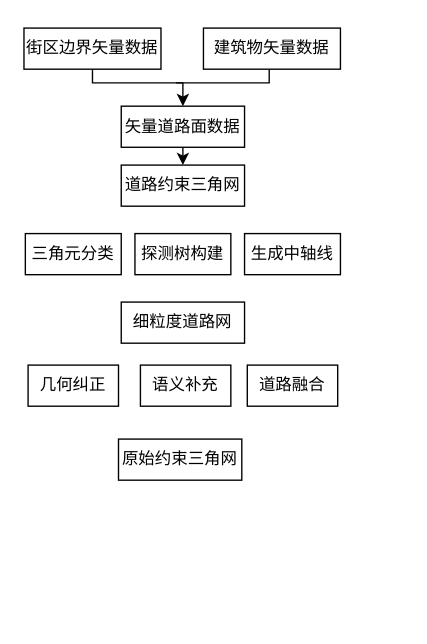
The draw.io diagram page "Page-1" (1 of 2) of Untitled Diagram.drawio in glancccc/CS-Books, before the edit. Source tidied: cells renumbered, new cells numbered last; positions are measured from the earlier drawing's top-left corner, leaving out a move shared by most shapes. Both pictures are drawn from the tidied source at 137%, with x=0, y=0 at pixel (23, 27).
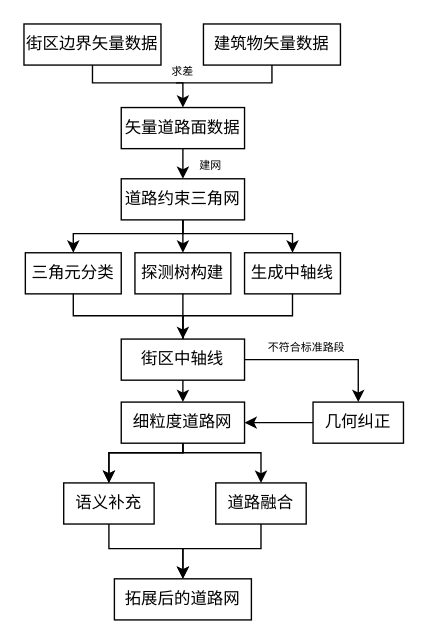
After the change.

Change to the diagram source:
```diff
@@
     <mxCell id="2" value="街区边界矢量数据" style="rounded=0;whiteSpace=wrap;html=1;fontSize=12;glass=0;strokeWidth=1;shadow=0;" parent="1" vertex="1">
-      <mxGeometry width="100" height="30" as="geometry" />
+      <mxGeometry y="-3" width="100" height="30" as="geometry" />
     </mxCell>
     <mxCell id="3" value="矢量道路面数据" style="rounded=0;whiteSpace=wrap;html=1;fontSize=12;glass=0;strokeWidth=1;shadow=0;" parent="1" vertex="1">
-      <mxGeometry x="71" y="57" width="90" height="30" as="geometry" />
+      <mxGeometry x="71" y="58" width="90" height="30" as="geometry" />
     </mxCell>
     <mxCell id="4" value="道路约束三角网" style="rounded=0;whiteSpace=wrap;html=1;fontSize=12;glass=0;strokeWidth=1;shadow=0;" parent="1" vertex="1">
-      <mxGeometry x="71" y="100" width="90" height="30" as="geometry" />
+      <mxGeometry x="71" y="110" width="90" height="30" as="geometry" />
     </mxCell>
     <mxCell id="5" value="三角元分类" style="rounded=0;whiteSpace=wrap;html=1;fontSize=12;glass=0;strokeWidth=1;shadow=0;" parent="1" vertex="1">
-      <mxGeometry x="1" y="150" width="70" height="30" as="geometry" />
+      <mxGeometry x="1" y="164" width="70" height="30" as="geometry" />
     </mxCell>
     <mxCell id="6" value="探测树构建" style="rounded=0;whiteSpace=wrap;html=1;fontSize=12;glass=0;strokeWidth=1;shadow=0;" parent="1" vertex="1">
-      <mxGeometry x="81" y="150" width="70" height="30" as="geometry" />
+      <mxGeometry x="81" y="164" width="70" height="30" as="geometry" />
     </mxCell>
     <mxCell id="7" value="生成中轴线" style="rounded=0;whiteSpace=wrap;html=1;fontSize=12;glass=0;strokeWidth=1;shadow=0;" parent="1" vertex="1">
-      <mxGeometry x="161" y="150" width="70" height="30" as="geometry" />
+      <mxGeometry x="161" y="164" width="70" height="30" as="geometry" />
     </mxCell>
     <mxCell id="8" value="细粒度道路网" style="rounded=0;whiteSpace=wrap;html=1;fontSize=12;glass=0;strokeWidth=1;shadow=0;" parent="1" vertex="1">
-      <mxGeometry x="71" y="200" width="90" height="30" as="geometry" />
+      <mxGeometry x="71" y="273" width="90" height="30" as="geometry" />
     </mxCell>
-    <mxCell id="9" value="几何纠正" style="rounded=0;whiteSpace=wrap;html=1;fontSize=12;glass=0;strokeWidth=1;shadow=0;" parent="1" vertex="1">
-      <mxGeometry x="3" y="246" width="66" height="30" as="geometry" />
+    <mxCell id="9" value="语义补充" style="rounded=0;whiteSpace=wrap;html=1;fontSize=12;glass=0;strokeWidth=1;shadow=0;" parent="1" vertex="1">
+      <mxGeometry x="29" y="332" width="66" height="30" as="geometry" />
     </mxCell>
-    <mxCell id="10" value="语义补充" style="rounded=0;whiteSpace=wrap;html=1;fontSize=12;glass=0;strokeWidth=1;shadow=0;" parent="1" vertex="1">
-      <mxGeometry x="85" y="246" width="66" height="30" as="geometry" />
-    </mxCell>
     <mxCell id="11" value="道路融合" style="rounded=0;whiteSpace=wrap;html=1;fontSize=12;glass=0;strokeWidth=1;shadow=0;" parent="1" vertex="1">
-      <mxGeometry x="163" y="246" width="66" height="30" as="geometry" />
+      <mxGeometry x="140" y="332" width="66" height="30" as="geometry" />
     </mxCell>
-    <mxCell id="12" value="原始约束三角网" style="rounded=0;whiteSpace=wrap;html=1;fontSize=12;glass=0;strokeWidth=1;shadow=0;" parent="1" vertex="1">
-      <mxGeometry x="69" y="300" width="90" height="30" as="geometry" />
+    <mxCell id="12" value="拓展后的道路网" style="rounded=0;whiteSpace=wrap;html=1;fontSize=12;glass=0;strokeWidth=1;shadow=0;" parent="1" vertex="1">
+      <mxGeometry x="66" y="402" width="100" height="30" as="geometry" />
     </mxCell>
@@
-    <mxCell id="14" style="endArrow=none;html=1;rounded=0;entryX=0.5;entryY=1;entryDx=0;entryDy=0;" parent="1" edge="1">
+    <mxCell id="14" style="endArrow=none;html=1;rounded=0;entryX=0.5;entryY=1;entryDx=0;entryDy=0;" parent="1" edge="1" target="16">
       <mxGeometry relative="1" as="geometry">
         <mxPoint x="111" y="40" as="sourcePoint" />
-        <mxPoint x="179" y="30" as="targetPoint" />
         <Array as="points">
-          <mxPoint x="179" y="40" />
+          <mxPoint x="181" y="40" />
         </Array>
       </mxGeometry>
     </mxCell>
@@
     <mxCell id="16" value="建筑物矢量数据" style="rounded=0;whiteSpace=wrap;html=1;fontSize=12;glass=0;strokeWidth=1;shadow=0;" parent="1" vertex="1">
-      <mxGeometry x="131" width="100" height="30" as="geometry" />
+      <mxGeometry x="131" y="-3" width="100" height="30" as="geometry" />
     </mxCell>
+    <mxCell id="17" style="endArrow=classic;html=1;rounded=0;entryX=0.5;entryY=0;entryDx=0;entryDy=0;exitX=0.5;exitY=1;exitDx=0;exitDy=0;" parent="1" edge="1" source="4" target="5">
+      <mxGeometry relative="1" as="geometry">
+        <Array as="points">
+          <mxPoint x="116" y="150" />
+          <mxPoint x="36" y="150" />
+        </Array>
+      </mxGeometry>
+    </mxCell>
+    <mxCell id="18" style="endArrow=classic;html=1;rounded=0;entryX=0.5;entryY=0;entryDx=0;entryDy=0;exitX=0.5;exitY=1;exitDx=0;exitDy=0;" parent="1" edge="1" source="4" target="7">
+      <mxGeometry relative="1" as="geometry">
+        <Array as="points">
+          <mxPoint x="116" y="150" />
+          <mxPoint x="196" y="150" />
+        </Array>
+      </mxGeometry>
+    </mxCell>
+    <mxCell id="19" style="endArrow=classic;html=1;rounded=0;exitX=0.5;exitY=1;exitDx=0;exitDy=0;entryX=0.5;entryY=0;entryDx=0;entryDy=0;" parent="1" edge="1" source="4" target="6">
+      <mxGeometry relative="1" as="geometry" />
+    </mxCell>
+    <mxCell id="20" style="endArrow=classic;html=1;rounded=0;exitX=0.5;exitY=1;exitDx=0;exitDy=0;entryX=0.5;entryY=0;entryDx=0;entryDy=0;" parent="1" edge="1" source="6" target="25">
+      <mxGeometry relative="1" as="geometry" />
+    </mxCell>
+    <mxCell id="21" style="endArrow=none;html=1;rounded=0;entryX=0.5;entryY=1;entryDx=0;entryDy=0;exitX=0.5;exitY=0;exitDx=0;exitDy=0;" parent="1" edge="1" source="25" target="5">
+      <mxGeometry relative="1" as="geometry">
+        <Array as="points">
+          <mxPoint x="116" y="210" />
+          <mxPoint x="36" y="210" />
+        </Array>
+      </mxGeometry>
+    </mxCell>
+    <mxCell id="22" style="endArrow=none;html=1;rounded=0;entryX=0.5;entryY=1;entryDx=0;entryDy=0;exitX=0.5;exitY=0;exitDx=0;exitDy=0;" parent="1" edge="1" source="25" target="7">
+      <mxGeometry relative="1" as="geometry">
+        <Array as="points">
+          <mxPoint x="116" y="210" />
+          <mxPoint x="196" y="210" />
+        </Array>
+      </mxGeometry>
+    </mxCell>
+    <mxCell id="23" style="endArrow=classic;html=1;rounded=0;entryX=0.5;entryY=0;entryDx=0;entryDy=0;exitX=0.5;exitY=1;exitDx=0;exitDy=0;" parent="1" edge="1" source="8" target="9">
+      <mxGeometry relative="1" as="geometry">
+        <Array as="points">
+          <mxPoint x="116" y="310" />
+          <mxPoint x="62" y="310" />
+        </Array>
+      </mxGeometry>
+    </mxCell>
+    <mxCell id="24" style="endArrow=classic;html=1;rounded=0;entryX=0.5;entryY=0;entryDx=0;entryDy=0;exitX=0.5;exitY=1;exitDx=0;exitDy=0;" parent="1" edge="1" source="8" target="11">
+      <mxGeometry relative="1" as="geometry">
+        <Array as="points">
+          <mxPoint x="116" y="310" />
+          <mxPoint x="173" y="310" />
+        </Array>
+      </mxGeometry>
+    </mxCell>
+    <mxCell id="25" value="街区中轴线" style="rounded=0;whiteSpace=wrap;html=1;fontSize=12;glass=0;strokeWidth=1;shadow=0;" parent="1" vertex="1">
+      <mxGeometry x="71" y="227" width="90" height="30" as="geometry" />
+    </mxCell>
+    <mxCell id="26" style="endArrow=classic;html=1;rounded=0;exitX=1;exitY=0.5;exitDx=0;exitDy=0;entryX=0.5;entryY=0;entryDx=0;entryDy=0;" parent="1" edge="1" source="25" target="27">
+      <mxGeometry relative="1" as="geometry">
+        <Array as="points">
+          <mxPoint x="244" y="242" />
+        </Array>
+      </mxGeometry>
+    </mxCell>
+    <mxCell id="27" value="几何纠正" style="rounded=0;whiteSpace=wrap;html=1;fontSize=12;glass=0;strokeWidth=1;shadow=0;" parent="1" vertex="1">
+      <mxGeometry x="211" y="273" width="66" height="30" as="geometry" />
+    </mxCell>
+    <mxCell id="28" style="endArrow=classic;html=1;rounded=0;exitX=0;exitY=0.5;exitDx=0;exitDy=0;entryX=1;entryY=0.5;entryDx=0;entryDy=0;" parent="1" edge="1" source="27" target="8">
+      <mxGeometry relative="1" as="geometry" />
+    </mxCell>
+    <mxCell id="29" style="endArrow=classic;html=1;rounded=0;exitX=0.5;exitY=1;exitDx=0;exitDy=0;entryX=0.5;entryY=0;entryDx=0;entryDy=0;" parent="1" edge="1" source="25" target="8">
+      <mxGeometry relative="1" as="geometry" />
+    </mxCell>
+    <mxCell id="30" style="endArrow=classic;html=1;rounded=0;exitX=0.5;exitY=1;exitDx=0;exitDy=0;entryX=0.5;entryY=0;entryDx=0;entryDy=0;" parent="1" edge="1" source="9" target="12">
+      <mxGeometry relative="1" as="geometry">
+        <Array as="points">
+          <mxPoint x="62" y="380" />
+          <mxPoint x="116" y="380" />
+        </Array>
+      </mxGeometry>
+    </mxCell>
+    <mxCell id="31" style="endArrow=classic;html=1;rounded=0;exitX=0.5;exitY=1;exitDx=0;exitDy=0;" parent="1" edge="1" source="11" target="12">
+      <mxGeometry relative="1" as="geometry">
+        <Array as="points">
+          <mxPoint x="173" y="380" />
+          <mxPoint x="116" y="380" />
+        </Array>
+      </mxGeometry>
+    </mxCell>
+    <mxCell id="32" value="求差" style="text;html=1;strokeColor=none;fillColor=none;align=center;verticalAlign=middle;whiteSpace=wrap;rounded=0;fontSize=8;" parent="1" vertex="1">
+      <mxGeometry x="86" y="17" width="60" height="30" as="geometry" />
+    </mxCell>
+    <mxCell id="33" value="建网" style="text;html=1;align=center;verticalAlign=middle;strokeColor=none;fillColor=none;fontSize=8;" parent="1" vertex="1">
+      <mxGeometry x="111" y="85" width="50" height="30" as="geometry" />
+    </mxCell>
+    <mxCell id="34" style="endArrow=classic;html=1;rounded=0;entryX=0.5;entryY=0;entryDx=0;entryDy=0;exitX=0.5;exitY=1;exitDx=0;exitDy=0;" parent="1" edge="1" source="8" target="9">
+      <mxGeometry relative="1" as="geometry">
+        <Array as="points">
+          <mxPoint x="116" y="310" />
+          <mxPoint x="62" y="310" />
+        </Array>
+      </mxGeometry>
+    </mxCell>
+    <mxCell id="35" value="不符合标准路段" style="text;html=1;align=center;verticalAlign=middle;strokeColor=none;fillColor=none;fontSize=8;" parent="1" vertex="1">
+      <mxGeometry x="151" y="218" width="110" height="30" as="geometry" />
+    </mxCell>
```
